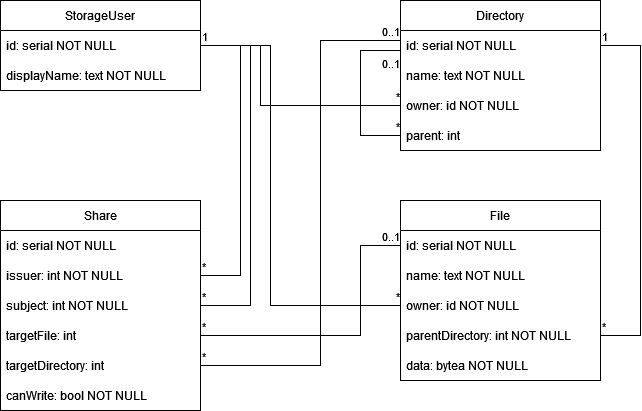
Above: Dokumente/Dateiverwaltungsdienst/Datenbank ER-Diagramm.png in DavidFambach/Abgabe-ASE-Patientenakte (draw.io), before the change. Source tidied: cells renumbered, new cells last; positions are measured from the earlier drawing's top-left corner, leaving out a move shared by most shapes. The source it was exported from:
```xml
<mxGraphModel>
  <root>
    <mxCell id="0" />
    <mxCell id="1" parent="0" />
    <mxCell id="2" value="File" style="swimlane;fontStyle=0;horizontal=1;startSize=30;whiteSpace=wrap;html=1;" parent="1" vertex="1">
      <mxGeometry x="400" y="200" width="200" height="180" as="geometry" />
    </mxCell>
    <mxCell id="3" value="id: serial NOT NULL" style="text;strokeColor=none;fillColor=none;align=left;verticalAlign=middle;spacingLeft=4;spacingRight=4;overflow=hidden;points=[[0,0.5],[1,0.5]];portConstraint=eastwest;whiteSpace=wrap;html=1;" parent="2" vertex="1">
      <mxGeometry y="30" width="200" height="30" as="geometry" />
    </mxCell>
    <mxCell id="4" value="name: text NOT NULL" style="text;strokeColor=none;fillColor=none;align=left;verticalAlign=middle;spacingLeft=4;spacingRight=4;overflow=hidden;whiteSpace=wrap;html=1;" parent="2" vertex="1">
      <mxGeometry y="60" width="200" height="30" as="geometry" />
    </mxCell>
    <mxCell id="5" value="owner: id NOT NULL" style="text;strokeColor=none;fillColor=none;align=left;verticalAlign=middle;spacingLeft=4;spacingRight=4;overflow=hidden;points=[[0,0.5],[1,0.5]];portConstraint=eastwest;whiteSpace=wrap;html=1;" parent="2" vertex="1">
      <mxGeometry y="90" width="200" height="30" as="geometry" />
    </mxCell>
    <mxCell id="6" value="parentDirectory: int NOT NULL" style="text;strokeColor=none;fillColor=none;align=left;verticalAlign=middle;spacingLeft=4;spacingRight=4;overflow=hidden;points=[[0,0.5],[1,0.5]];portConstraint=eastwest;whiteSpace=wrap;html=1;" parent="2" vertex="1">
      <mxGeometry y="120" width="200" height="30" as="geometry" />
    </mxCell>
    <mxCell id="7" value="data: bytea NOT NULL" style="text;strokeColor=none;fillColor=none;align=left;verticalAlign=middle;spacingLeft=4;spacingRight=4;overflow=hidden;whiteSpace=wrap;html=1;" parent="2" vertex="1">
      <mxGeometry y="150" width="200" height="30" as="geometry" />
    </mxCell>
    <mxCell id="8" value="Directory" style="swimlane;fontStyle=0;horizontal=1;startSize=30;whiteSpace=wrap;html=1;" parent="1" vertex="1">
      <mxGeometry x="400" width="200" height="150" as="geometry" />
    </mxCell>
    <mxCell id="9" value="id: serial NOT NULL" style="text;strokeColor=none;fillColor=none;align=left;verticalAlign=middle;spacingLeft=4;spacingRight=4;overflow=hidden;points=[[0,0.5],[1,0.5]];portConstraint=eastwest;whiteSpace=wrap;html=1;" parent="8" vertex="1">
      <mxGeometry y="30" width="200" height="30" as="geometry" />
    </mxCell>
    <mxCell id="10" value="name: text NOT NULL" style="text;strokeColor=none;fillColor=none;align=left;verticalAlign=middle;spacingLeft=4;spacingRight=4;overflow=hidden;whiteSpace=wrap;html=1;" parent="8" vertex="1">
      <mxGeometry y="60" width="200" height="30" as="geometry" />
    </mxCell>
    <mxCell id="11" value="owner: id NOT NULL" style="text;strokeColor=none;fillColor=none;align=left;verticalAlign=middle;spacingLeft=4;spacingRight=4;overflow=hidden;points=[[0,0.5],[1,0.5]];portConstraint=eastwest;whiteSpace=wrap;html=1;" parent="8" vertex="1">
      <mxGeometry y="90" width="200" height="30" as="geometry" />
    </mxCell>
    <mxCell id="12" value="parent: int" style="text;strokeColor=none;fillColor=none;align=left;verticalAlign=middle;spacingLeft=4;spacingRight=4;overflow=hidden;points=[[0,0.5],[1,0.5]];portConstraint=eastwest;whiteSpace=wrap;html=1;" parent="8" vertex="1">
      <mxGeometry y="120" width="200" height="30" as="geometry" />
    </mxCell>
    <mxCell id="13" style="endArrow=none;html=1;rounded=0;endFill=0;" parent="8" edge="1" source="12">
      <mxGeometry relative="1" as="geometry">
        <mxPoint y="50" as="targetPoint" />
        <Array as="points">
          <mxPoint x="-40" y="135" />
          <mxPoint x="-40" y="50" />
        </Array>
      </mxGeometry>
    </mxCell>
    <mxCell id="14" value="*" style="edgeLabel;html=1;align=right;verticalAlign=bottom;" parent="13" vertex="1">
      <mxGeometry x="-1" relative="1" as="geometry" />
    </mxCell>
    <mxCell id="15" value="0..1" style="edgeLabel;html=1;align=right;verticalAlign=top;" parent="13" vertex="1">
      <mxGeometry x="1" relative="1" as="geometry" />
    </mxCell>
    <mxCell id="16" value="StorageUser" style="swimlane;fontStyle=0;horizontal=1;startSize=30;whiteSpace=wrap;html=1;" parent="1" vertex="1">
      <mxGeometry width="200" height="90" as="geometry" />
    </mxCell>
    <mxCell id="17" value="id: serial NOT NULL" style="text;strokeColor=none;fillColor=none;align=left;verticalAlign=middle;spacingLeft=4;spacingRight=4;overflow=hidden;points=[[0,0.5],[1,0.5]];portConstraint=eastwest;whiteSpace=wrap;html=1;" parent="16" vertex="1">
      <mxGeometry y="30" width="200" height="30" as="geometry" />
    </mxCell>
    <mxCell id="18" value="displayName: text NOT NULL" style="text;strokeColor=none;fillColor=none;align=left;verticalAlign=middle;spacingLeft=4;spacingRight=4;overflow=hidden;whiteSpace=wrap;html=1;" parent="16" vertex="1">
      <mxGeometry y="60" width="200" height="30" as="geometry" />
    </mxCell>
    <mxCell id="19" value="Share" style="swimlane;fontStyle=0;horizontal=1;startSize=30;whiteSpace=wrap;html=1;" parent="1" vertex="1">
      <mxGeometry y="200" width="200" height="210" as="geometry" />
    </mxCell>
    <mxCell id="20" value="id: serial NOT NULL" style="text;strokeColor=none;fillColor=none;align=left;verticalAlign=middle;spacingLeft=4;spacingRight=4;overflow=hidden;whiteSpace=wrap;html=1;" parent="19" vertex="1">
      <mxGeometry y="30" width="200" height="30" as="geometry" />
    </mxCell>
    <mxCell id="21" value="issuer: int NOT NULL" style="text;strokeColor=none;fillColor=none;align=left;verticalAlign=middle;spacingLeft=4;spacingRight=4;overflow=hidden;points=[[0,0.5],[1,0.5]];portConstraint=eastwest;whiteSpace=wrap;html=1;" parent="19" vertex="1">
      <mxGeometry y="60" width="200" height="30" as="geometry" />
    </mxCell>
    <mxCell id="22" value="subject: int NOT NULL" style="text;strokeColor=none;fillColor=none;align=left;verticalAlign=middle;spacingLeft=4;spacingRight=4;overflow=hidden;points=[[0,0.5],[1,0.5]];portConstraint=eastwest;whiteSpace=wrap;html=1;" parent="19" vertex="1">
      <mxGeometry y="90" width="200" height="30" as="geometry" />
    </mxCell>
    <mxCell id="23" value="targetFile: int" style="text;strokeColor=none;fillColor=none;align=left;verticalAlign=middle;spacingLeft=4;spacingRight=4;overflow=hidden;points=[[0,0.5],[1,0.5]];portConstraint=eastwest;whiteSpace=wrap;html=1;" parent="19" vertex="1">
      <mxGeometry y="120" width="200" height="30" as="geometry" />
    </mxCell>
    <mxCell id="24" value="targetDirectory: int" style="text;strokeColor=none;fillColor=none;align=left;verticalAlign=middle;spacingLeft=4;spacingRight=4;overflow=hidden;points=[[0,0.5],[1,0.5]];portConstraint=eastwest;whiteSpace=wrap;html=1;" parent="19" vertex="1">
      <mxGeometry y="150" width="200" height="30" as="geometry" />
    </mxCell>
    <mxCell id="25" value="canWrite: bool NOT NULL" style="text;strokeColor=none;fillColor=none;align=left;verticalAlign=middle;spacingLeft=4;spacingRight=4;overflow=hidden;whiteSpace=wrap;html=1;" parent="19" vertex="1">
      <mxGeometry y="180" width="200" height="30" as="geometry" />
    </mxCell>
    <mxCell id="26" style="endArrow=none;html=1;rounded=0;endFill=0;" parent="1" edge="1" source="17" target="21">
      <mxGeometry relative="1" as="geometry">
        <Array as="points">
          <mxPoint x="240" y="45" />
          <mxPoint x="240" y="275" />
        </Array>
      </mxGeometry>
    </mxCell>
    <mxCell id="27" value="1" style="edgeLabel;html=1;align=left;verticalAlign=bottom;" parent="26" vertex="1">
      <mxGeometry x="-1" relative="1" as="geometry" />
    </mxCell>
    <mxCell id="28" value="*" style="edgeLabel;html=1;align=left;verticalAlign=bottom;" parent="26" vertex="1">
      <mxGeometry x="1" relative="1" as="geometry" />
    </mxCell>
    <mxCell id="29" style="endArrow=none;html=1;rounded=0;endFill=0;" parent="1" edge="1" source="17" target="22">
      <mxGeometry relative="1" as="geometry">
        <Array as="points">
          <mxPoint x="250" y="45" />
          <mxPoint x="250" y="305" />
        </Array>
      </mxGeometry>
    </mxCell>
    <mxCell id="30" value="1" style="edgeLabel;html=1;align=left;verticalAlign=bottom;" parent="29" vertex="1">
      <mxGeometry x="-1" relative="1" as="geometry" />
    </mxCell>
    <mxCell id="31" value="*" style="edgeLabel;html=1;align=left;verticalAlign=bottom;" parent="29" vertex="1">
      <mxGeometry x="1" relative="1" as="geometry" />
    </mxCell>
    <mxCell id="32" style="endArrow=none;html=1;rounded=0;endFill=0;" parent="1" edge="1" target="24">
      <mxGeometry relative="1" as="geometry">
        <mxPoint x="400" y="40" as="sourcePoint" />
        <Array as="points">
          <mxPoint x="320" y="40" />
          <mxPoint x="320" y="365" />
        </Array>
      </mxGeometry>
    </mxCell>
    <mxCell id="33" value="0..1" style="edgeLabel;html=1;align=right;verticalAlign=bottom;" parent="32" vertex="1">
      <mxGeometry x="-1" relative="1" as="geometry" />
    </mxCell>
    <mxCell id="34" value="*" style="edgeLabel;html=1;align=left;verticalAlign=bottom;" parent="32" vertex="1">
      <mxGeometry x="1" relative="1" as="geometry" />
    </mxCell>
    <mxCell id="35" style="endArrow=none;html=1;rounded=0;endFill=0;" parent="1" edge="1" source="3" target="23">
      <mxGeometry relative="1" as="geometry">
        <Array as="points">
          <mxPoint x="360" y="245" />
          <mxPoint x="360" y="335" />
        </Array>
      </mxGeometry>
    </mxCell>
    <mxCell id="36" value="0..1" style="edgeLabel;html=1;align=right;verticalAlign=bottom;" parent="35" vertex="1">
      <mxGeometry x="-1" relative="1" as="geometry" />
    </mxCell>
    <mxCell id="37" value="*" style="edgeLabel;html=1;align=left;verticalAlign=bottom;" parent="35" vertex="1">
      <mxGeometry x="1" relative="1" as="geometry" />
    </mxCell>
    <mxCell id="38" style="endArrow=none;html=1;rounded=0;endFill=0;" parent="1" edge="1" source="6" target="9">
      <mxGeometry relative="1" as="geometry">
        <Array as="points">
          <mxPoint x="640" y="335" />
          <mxPoint x="640" y="45" />
        </Array>
      </mxGeometry>
    </mxCell>
    <mxCell id="39" value="*" style="edgeLabel;html=1;align=left;verticalAlign=bottom;" parent="38" vertex="1">
      <mxGeometry x="-1" relative="1" as="geometry" />
    </mxCell>
    <mxCell id="40" value="1" style="edgeLabel;html=1;align=left;verticalAlign=bottom;" parent="38" vertex="1">
      <mxGeometry x="1" relative="1" as="geometry" />
    </mxCell>
    <mxCell id="41" style="endArrow=none;html=1;rounded=0;endFill=0;" parent="1" edge="1" source="11" target="17">
      <mxGeometry relative="1" as="geometry">
        <Array as="points">
          <mxPoint x="260" y="105" />
          <mxPoint x="260" y="45" />
        </Array>
      </mxGeometry>
    </mxCell>
    <mxCell id="42" value="*" style="edgeLabel;html=1;align=right;verticalAlign=bottom;" parent="41" vertex="1">
      <mxGeometry x="-1" relative="1" as="geometry" />
    </mxCell>
    <mxCell id="43" value="1" style="edgeLabel;html=1;align=left;verticalAlign=bottom;" parent="41" vertex="1">
      <mxGeometry x="1" relative="1" as="geometry" />
    </mxCell>
    <mxCell id="44" style="endArrow=none;html=1;rounded=0;endFill=0;" parent="1" edge="1" source="5" target="17">
      <mxGeometry relative="1" as="geometry">
        <Array as="points">
          <mxPoint x="270" y="305" />
          <mxPoint x="270" y="45" />
        </Array>
      </mxGeometry>
    </mxCell>
    <mxCell id="45" value="*" style="edgeLabel;html=1;align=right;verticalAlign=bottom;" parent="44" vertex="1">
      <mxGeometry x="-1" relative="1" as="geometry" />
    </mxCell>
    <mxCell id="46" value="1" style="edgeLabel;html=1;align=left;verticalAlign=bottom;" parent="44" vertex="1">
      <mxGeometry x="1" relative="1" as="geometry" />
    </mxCell>
  </root>
</mxGraphModel>
```
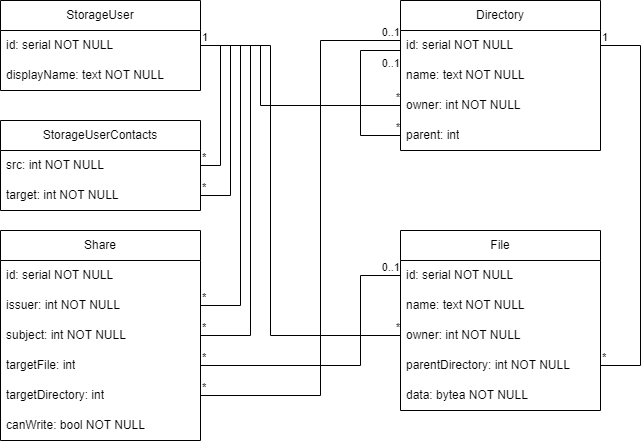
The same file after the commit.

The edit, as a diff of the source:
```diff
@@ -3,7 +3,7 @@
     <mxCell id="0" />
     <mxCell id="1" parent="0" />
     <mxCell id="2" value="File" style="swimlane;fontStyle=0;horizontal=1;startSize=30;whiteSpace=wrap;html=1;" parent="1" vertex="1">
-      <mxGeometry x="400" y="200" width="200" height="180" as="geometry" />
+      <mxGeometry x="400" y="230" width="200" height="180" as="geometry" />
     </mxCell>
     <mxCell id="3" value="id: serial NOT NULL" style="text;strokeColor=none;fillColor=none;align=left;verticalAlign=middle;spacingLeft=4;spacingRight=4;overflow=hidden;points=[[0,0.5],[1,0.5]];portConstraint=eastwest;whiteSpace=wrap;html=1;" parent="2" vertex="1">
       <mxGeometry y="30" width="200" height="30" as="geometry" />
@@ -11,7 +11,7 @@
     <mxCell id="4" value="name: text NOT NULL" style="text;strokeColor=none;fillColor=none;align=left;verticalAlign=middle;spacingLeft=4;spacingRight=4;overflow=hidden;whiteSpace=wrap;html=1;" parent="2" vertex="1">
       <mxGeometry y="60" width="200" height="30" as="geometry" />
     </mxCell>
-    <mxCell id="5" value="owner: id NOT NULL" style="text;strokeColor=none;fillColor=none;align=left;verticalAlign=middle;spacingLeft=4;spacingRight=4;overflow=hidden;points=[[0,0.5],[1,0.5]];portConstraint=eastwest;whiteSpace=wrap;html=1;" parent="2" vertex="1">
+    <mxCell id="5" value="owner: int NOT NULL" style="text;strokeColor=none;fillColor=none;align=left;verticalAlign=middle;spacingLeft=4;spacingRight=4;overflow=hidden;points=[[0,0.5],[1,0.5]];portConstraint=eastwest;whiteSpace=wrap;html=1;" parent="2" vertex="1">
       <mxGeometry y="90" width="200" height="30" as="geometry" />
     </mxCell>
     <mxCell id="6" value="parentDirectory: int NOT NULL" style="text;strokeColor=none;fillColor=none;align=left;verticalAlign=middle;spacingLeft=4;spacingRight=4;overflow=hidden;points=[[0,0.5],[1,0.5]];portConstraint=eastwest;whiteSpace=wrap;html=1;" parent="2" vertex="1">
@@ -29,7 +29,7 @@
     <mxCell id="10" value="name: text NOT NULL" style="text;strokeColor=none;fillColor=none;align=left;verticalAlign=middle;spacingLeft=4;spacingRight=4;overflow=hidden;whiteSpace=wrap;html=1;" parent="8" vertex="1">
       <mxGeometry y="60" width="200" height="30" as="geometry" />
     </mxCell>
-    <mxCell id="11" value="owner: id NOT NULL" style="text;strokeColor=none;fillColor=none;align=left;verticalAlign=middle;spacingLeft=4;spacingRight=4;overflow=hidden;points=[[0,0.5],[1,0.5]];portConstraint=eastwest;whiteSpace=wrap;html=1;" parent="8" vertex="1">
+    <mxCell id="11" value="owner: int NOT NULL" style="text;strokeColor=none;fillColor=none;align=left;verticalAlign=middle;spacingLeft=4;spacingRight=4;overflow=hidden;points=[[0,0.5],[1,0.5]];portConstraint=eastwest;whiteSpace=wrap;html=1;" parent="8" vertex="1">
       <mxGeometry y="90" width="200" height="30" as="geometry" />
     </mxCell>
     <mxCell id="12" value="parent: int" style="text;strokeColor=none;fillColor=none;align=left;verticalAlign=middle;spacingLeft=4;spacingRight=4;overflow=hidden;points=[[0,0.5],[1,0.5]];portConstraint=eastwest;whiteSpace=wrap;html=1;" parent="8" vertex="1">
@@ -60,7 +60,7 @@
       <mxGeometry y="60" width="200" height="30" as="geometry" />
     </mxCell>
     <mxCell id="19" value="Share" style="swimlane;fontStyle=0;horizontal=1;startSize=30;whiteSpace=wrap;html=1;" parent="1" vertex="1">
-      <mxGeometry y="200" width="200" height="210" as="geometry" />
+      <mxGeometry y="230" width="200" height="210" as="geometry" />
     </mxCell>
     <mxCell id="20" value="id: serial NOT NULL" style="text;strokeColor=none;fillColor=none;align=left;verticalAlign=middle;spacingLeft=4;spacingRight=4;overflow=hidden;whiteSpace=wrap;html=1;" parent="19" vertex="1">
       <mxGeometry y="30" width="200" height="30" as="geometry" />
@@ -84,7 +84,7 @@
       <mxGeometry relative="1" as="geometry">
         <Array as="points">
           <mxPoint x="240" y="45" />
-          <mxPoint x="240" y="275" />
+          <mxPoint x="240" y="305" />
         </Array>
       </mxGeometry>
     </mxCell>
@@ -98,7 +98,7 @@
       <mxGeometry relative="1" as="geometry">
         <Array as="points">
           <mxPoint x="250" y="45" />
-          <mxPoint x="250" y="305" />
+          <mxPoint x="250" y="335" />
         </Array>
       </mxGeometry>
     </mxCell>
@@ -113,7 +113,7 @@
         <mxPoint x="400" y="40" as="sourcePoint" />
         <Array as="points">
           <mxPoint x="320" y="40" />
-          <mxPoint x="320" y="365" />
+          <mxPoint x="320" y="395" />
         </Array>
       </mxGeometry>
     </mxCell>
@@ -126,8 +126,8 @@
     <mxCell id="35" style="endArrow=none;html=1;rounded=0;endFill=0;" parent="1" edge="1" source="3" target="23">
       <mxGeometry relative="1" as="geometry">
         <Array as="points">
-          <mxPoint x="360" y="245" />
-          <mxPoint x="360" y="335" />
+          <mxPoint x="360" y="275" />
+          <mxPoint x="360" y="365" />
         </Array>
       </mxGeometry>
     </mxCell>
@@ -140,7 +140,7 @@
     <mxCell id="38" style="endArrow=none;html=1;rounded=0;endFill=0;" parent="1" edge="1" source="6" target="9">
       <mxGeometry relative="1" as="geometry">
         <Array as="points">
-          <mxPoint x="640" y="335" />
+          <mxPoint x="640" y="365" />
           <mxPoint x="640" y="45" />
         </Array>
       </mxGeometry>
@@ -168,7 +168,7 @@
     <mxCell id="44" style="endArrow=none;html=1;rounded=0;endFill=0;" parent="1" edge="1" source="5" target="17">
       <mxGeometry relative="1" as="geometry">
         <Array as="points">
-          <mxPoint x="270" y="305" />
+          <mxPoint x="270" y="335" />
           <mxPoint x="270" y="45" />
         </Array>
       </mxGeometry>
@@ -179,5 +179,42 @@
     <mxCell id="46" value="1" style="edgeLabel;html=1;align=left;verticalAlign=bottom;" parent="44" vertex="1">
       <mxGeometry x="1" relative="1" as="geometry" />
     </mxCell>
+    <mxCell id="47" value="StorageUserContacts" style="swimlane;fontStyle=0;horizontal=1;startSize=30;whiteSpace=wrap;html=1;" parent="1" vertex="1">
+      <mxGeometry y="120" width="200" height="90" as="geometry" />
+    </mxCell>
+    <mxCell id="48" value="src: int NOT NULL" style="text;strokeColor=none;fillColor=none;align=left;verticalAlign=middle;spacingLeft=4;spacingRight=4;overflow=hidden;points=[[0,0.5],[1,0.5]];portConstraint=eastwest;whiteSpace=wrap;html=1;" parent="47" vertex="1">
+      <mxGeometry y="30" width="200" height="30" as="geometry" />
+    </mxCell>
+    <mxCell id="49" value="target: int NOT NULL" style="text;strokeColor=none;fillColor=none;align=left;verticalAlign=middle;spacingLeft=4;spacingRight=4;overflow=hidden;points=[[0,0.5],[1,0.5]];portConstraint=eastwest;whiteSpace=wrap;html=1;" parent="47" vertex="1">
+      <mxGeometry y="60" width="200" height="30" as="geometry" />
+    </mxCell>
+    <mxCell id="50" style="endArrow=none;html=1;rounded=0;endFill=0;" parent="1" edge="1" source="17" target="49">
+      <mxGeometry relative="1" as="geometry">
+        <Array as="points">
+          <mxPoint x="230" y="45" />
+          <mxPoint x="230" y="195" />
+        </Array>
+      </mxGeometry>
+    </mxCell>
+    <mxCell id="51" value="1" style="edgeLabel;html=1;align=left;verticalAlign=bottom;" parent="50" vertex="1">
+      <mxGeometry x="-1" relative="1" as="geometry" />
+    </mxCell>
+    <mxCell id="52" value="*" style="edgeLabel;html=1;align=left;verticalAlign=bottom;" parent="50" vertex="1">
+      <mxGeometry x="1" relative="1" as="geometry" />
+    </mxCell>
+    <mxCell id="53" style="endArrow=none;html=1;rounded=0;endFill=0;" parent="1" edge="1" source="17" target="48">
+      <mxGeometry relative="1" as="geometry">
+        <Array as="points">
+          <mxPoint x="220" y="45" />
+          <mxPoint x="220" y="165" />
+        </Array>
+      </mxGeometry>
+    </mxCell>
+    <mxCell id="54" value="1" style="edgeLabel;html=1;align=left;verticalAlign=bottom;" parent="53" vertex="1">
+      <mxGeometry x="-1" relative="1" as="geometry" />
+    </mxCell>
+    <mxCell id="55" value="*" style="edgeLabel;html=1;align=left;verticalAlign=bottom;" parent="53" vertex="1">
+      <mxGeometry x="1" relative="1" as="geometry" />
+    </mxCell>
   </root>
 </mxGraphModel>
```
